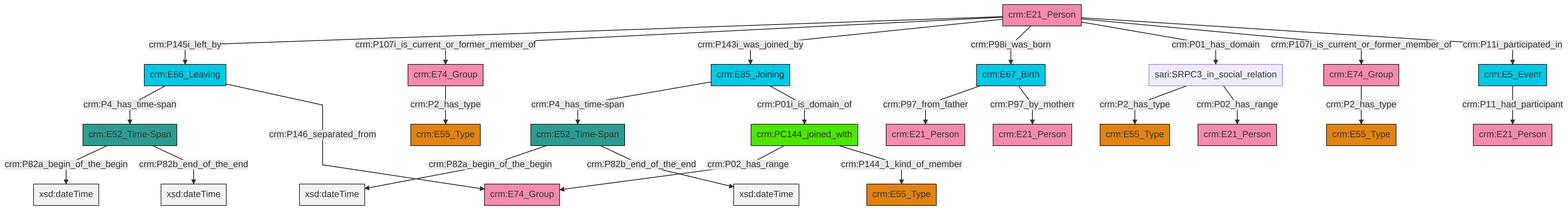
This is et/personCSV/ttl/mmd/png/Person_Actor_Relations.png from swiss-art-research-net/docs.swissartresearch, a Mermaid export, as it was before one commit. Its source is kept beside it as et/personCSV/ttl/mmd/Person_Actor_Relations.ttl.mmd.
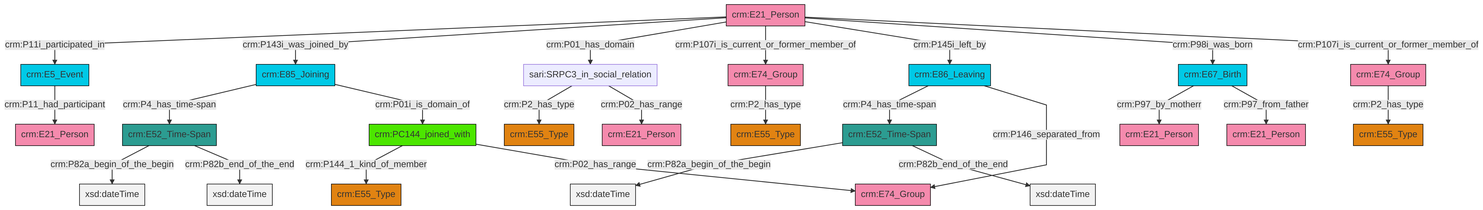
Above is the later version.

What changed in the source:
```diff
@@ -13,27 +13,27 @@
 classDef PC_Classes fill:#4ce600, stroke:#000000;
 classDef Multi fill:#cccccc,stroke:#000000;
 
-4["crm:PC144_joined_with"]:::PC_Classes -->|crm:P02_has_range| 5["crm:E74_Group"]:::Actor
-8["crm:E67_Birth"]:::Temporal_Entity -->|crm:P97_from_father| 9["crm:E21_Person"]:::Actor
-14["crm:E5_Event"]:::Temporal_Entity -->|crm:P11_had_participant| 15["crm:E21_Person"]:::Actor
-2["crm:E21_Person"]:::Actor -->|crm:P145i_left_by| 16["crm:E86_Leaving"]:::Temporal_Entity
-2["crm:E21_Person"]:::Actor -->|crm:P107i_is_current_or_former_member_of| 17["crm:E74_Group"]:::Actor
-2["crm:E21_Person"]:::Actor -->|crm:P143i_was_joined_by| 6["crm:E85_Joining"]:::Temporal_Entity
-25["sari:SRPC3_in_social_relation"]:::Default -->|crm:P2_has_type| 21["crm:E55_Type"]:::Type
-17["crm:E74_Group"]:::Actor -->|crm:P2_has_type| 27["crm:E55_Type"]:::Type
-2["crm:E21_Person"]:::Actor -->|crm:P98i_was_born| 8["crm:E67_Birth"]:::Temporal_Entity
-8["crm:E67_Birth"]:::Temporal_Entity -->|crm:P97_by_motherr| 28["crm:E21_Person"]:::Actor
-6["crm:E85_Joining"]:::Temporal_Entity -->|crm:P4_has_time-span| 29["crm:E52_Time-Span"]:::Time-Span
-2["crm:E21_Person"]:::Actor -->|crm:P01_has_domain| 25["sari:SRPC3_in_social_relation"]:::Default
-10["crm:E52_Time-Span"]:::Time-Span -->|crm:P82a_begin_of_the_begin| 30[xsd:dateTime]:::Literal
-12["crm:E74_Group"]:::Actor -->|crm:P2_has_type| 18["crm:E55_Type"]:::Type
-4["crm:PC144_joined_with"]:::PC_Classes -->|crm:P144_1_kind_of_member| 0["crm:E55_Type"]:::Type
-6["crm:E85_Joining"]:::Temporal_Entity -->|crm:P01i_is_domain_of| 4["crm:PC144_joined_with"]:::PC_Classes
-25["sari:SRPC3_in_social_relation"]:::Default -->|crm:P02_has_range| 36["crm:E21_Person"]:::Actor
-16["crm:E86_Leaving"]:::Temporal_Entity -->|crm:P4_has_time-span| 10["crm:E52_Time-Span"]:::Time-Span
-29["crm:E52_Time-Span"]:::Time-Span -->|crm:P82a_begin_of_the_begin| 37[xsd:dateTime]:::Literal
-16["crm:E86_Leaving"]:::Temporal_Entity -->|crm:P146_separated_from| 5["crm:E74_Group"]:::Actor
-2["crm:E21_Person"]:::Actor -->|crm:P107i_is_current_or_former_member_of| 12["crm:E74_Group"]:::Actor
-29["crm:E52_Time-Span"]:::Time-Span -->|crm:P82b_end_of_the_end| 39[xsd:dateTime]:::Literal
-10["crm:E52_Time-Span"]:::Time-Span -->|crm:P82b_end_of_the_end| 40[xsd:dateTime]:::Literal
-2["crm:E21_Person"]:::Actor -->|crm:P11i_participated_in| 14["crm:E5_Event"]:::Temporal_Entity
+2["crm:E74_Group"]:::Actor -->|crm:P2_has_type| 3["crm:E55_Type"]:::Type
+11["crm:E21_Person"]:::Actor -->|crm:P11i_participated_in| 12["crm:E5_Event"]:::Temporal_Entity
+12["crm:E5_Event"]:::Temporal_Entity -->|crm:P11_had_participant| 13["crm:E21_Person"]:::Actor
+6["crm:E86_Leaving"]:::Temporal_Entity -->|crm:P4_has_time-span| 23["crm:E52_Time-Span"]:::Time-Span
+11["crm:E21_Person"]:::Actor -->|crm:P143i_was_joined_by| 28["crm:E85_Joining"]:::Temporal_Entity
+9["crm:E52_Time-Span"]:::Time-Span -->|crm:P82a_begin_of_the_begin| 30[xsd:dateTime]:::Literal
+20["crm:E67_Birth"]:::Temporal_Entity -->|crm:P97_by_motherr| 31["crm:E21_Person"]:::Actor
+26["crm:PC144_joined_with"]:::PC_Classes -->|crm:P144_1_kind_of_member| 4["crm:E55_Type"]:::Type
+11["crm:E21_Person"]:::Actor -->|crm:P01_has_domain| 16["sari:SRPC3_in_social_relation"]:::Default
+9["crm:E52_Time-Span"]:::Time-Span -->|crm:P82b_end_of_the_end| 32[xsd:dateTime]:::Literal
+28["crm:E85_Joining"]:::Temporal_Entity -->|crm:P4_has_time-span| 9["crm:E52_Time-Span"]:::Time-Span
+20["crm:E67_Birth"]:::Temporal_Entity -->|crm:P97_from_father| 24["crm:E21_Person"]:::Actor
+16["sari:SRPC3_in_social_relation"]:::Default -->|crm:P2_has_type| 18["crm:E55_Type"]:::Type
+11["crm:E21_Person"]:::Actor -->|crm:P107i_is_current_or_former_member_of| 2["crm:E74_Group"]:::Actor
+16["sari:SRPC3_in_social_relation"]:::Default -->|crm:P02_has_range| 35["crm:E21_Person"]:::Actor
+37["crm:E74_Group"]:::Actor -->|crm:P2_has_type| 0["crm:E55_Type"]:::Type
+11["crm:E21_Person"]:::Actor -->|crm:P145i_left_by| 6["crm:E86_Leaving"]:::Temporal_Entity
+23["crm:E52_Time-Span"]:::Time-Span -->|crm:P82a_begin_of_the_begin| 41[xsd:dateTime]:::Literal
+11["crm:E21_Person"]:::Actor -->|crm:P98i_was_born| 20["crm:E67_Birth"]:::Temporal_Entity
+6["crm:E86_Leaving"]:::Temporal_Entity -->|crm:P146_separated_from| 43["crm:E74_Group"]:::Actor
+26["crm:PC144_joined_with"]:::PC_Classes -->|crm:P02_has_range| 43["crm:E74_Group"]:::Actor
+23["crm:E52_Time-Span"]:::Time-Span -->|crm:P82b_end_of_the_end| 45[xsd:dateTime]:::Literal
+28["crm:E85_Joining"]:::Temporal_Entity -->|crm:P01i_is_domain_of| 26["crm:PC144_joined_with"]:::PC_Classes
+11["crm:E21_Person"]:::Actor -->|crm:P107i_is_current_or_former_member_of| 37["crm:E74_Group"]:::Actor
```
